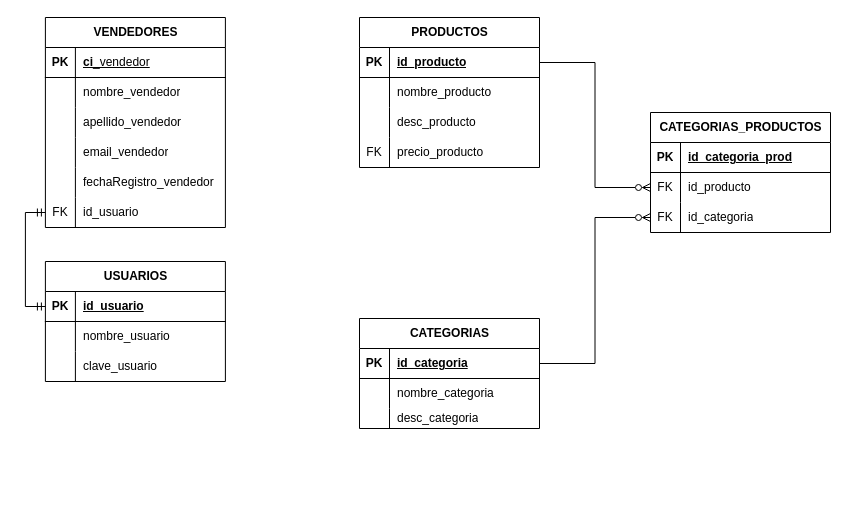
Above: page "Modelo Relacional" (1 of 4) of TEG.drawio in AlbanyNVRodriguez/draw---diagrams (draw.io), before the change. Source tidied: cells renumbered, new cells numbered last; positions are measured from the earlier drawing's top-left corner, leaving out a move shared by most shapes. Both pictures are drawn from the tidied source at 100%, with x=0, y=0 at pixel (45, 17).
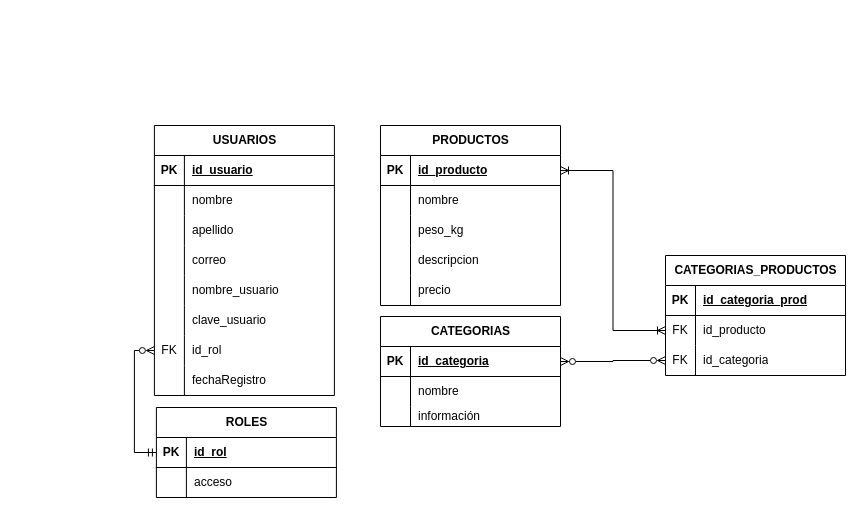
After the change.

Unchanged cells that the change refers to:
```xml
<mxCell id="3" style="shape=tableRow;horizontal=0;startSize=0;swimlaneHead=0;swimlaneBody=0;fillColor=none;points=[[0,0.5],[1,0.5]];portConstraint=eastwest;top=0;left=0;right=0;bottom=1;" parent="2" vertex="1">
  <mxGeometry y="30" width="180" height="30" as="geometry" />
</mxCell>
<mxCell id="6" style="shape=tableRow;horizontal=0;startSize=0;swimlaneHead=0;swimlaneBody=0;fillColor=none;top=0;left=0;right=0;bottom=0;" parent="2" vertex="1">
  <mxGeometry y="60" width="180" height="30" as="geometry" />
</mxCell>
<mxCell id="9" style="shape=tableRow;horizontal=0;startSize=0;swimlaneHead=0;swimlaneBody=0;fillColor=none;top=0;left=0;right=0;bottom=0;" parent="2" vertex="1">
  <mxGeometry y="90" width="180" height="20" as="geometry" />
</mxCell>
<mxCell id="13" style="shape=tableRow;horizontal=0;startSize=0;swimlaneHead=0;swimlaneBody=0;fillColor=none;points=[[0,0.5],[1,0.5]];portConstraint=eastwest;top=0;left=0;right=0;bottom=1;" parent="12" vertex="1">
  <mxGeometry y="30" width="180" height="30" as="geometry" />
</mxCell>
<mxCell id="16" style="shape=tableRow;horizontal=0;startSize=0;swimlaneHead=0;swimlaneBody=0;fillColor=none;top=0;left=0;right=0;bottom=0;" parent="12" vertex="1">
  <mxGeometry y="60" width="180" height="30" as="geometry" />
</mxCell>
<mxCell id="29" style="shape=tableRow;horizontal=0;startSize=0;swimlaneHead=0;swimlaneBody=0;fillColor=none;points=[[0,0.5],[1,0.5]];portConstraint=eastwest;top=0;left=0;right=0;bottom=0;" parent="25" vertex="1">
  <mxGeometry y="60" width="180" height="30" as="geometry" />
</mxCell>
<mxCell id="32" style="shape=tableRow;horizontal=0;startSize=0;swimlaneHead=0;swimlaneBody=0;fillColor=none;points=[[0,0.5],[1,0.5]];portConstraint=eastwest;top=0;left=0;right=0;bottom=0;" parent="25" vertex="1">
  <mxGeometry y="90" width="180" height="30" as="geometry" />
</mxCell>
<mxCell id="36" style="shape=tableRow;horizontal=0;startSize=0;swimlaneHead=0;swimlaneBody=0;fillColor=none;top=0;left=0;right=0;bottom=1;" parent="35" vertex="1">
  <mxGeometry y="30" width="180" height="30" as="geometry" />
</mxCell>
```

Change to the diagram source:
```diff
@@
     <mxCell id="2" value="CATEGORIAS" style="shape=table;startSize=30;childLayout=tableLayout;rowLines=0;fontStyle=1;align=center;html=1;" parent="1" vertex="1">
-      <mxGeometry x="314" y="301" width="180" height="110" as="geometry" />
+      <mxGeometry x="335" y="299" width="180" height="110" as="geometry" />
     </mxCell>
@@
-    <mxCell id="8" value="nombre_categoria" style="shape=partialRectangle;fillColor=none;top=0;left=0;bottom=0;right=0;align=left;spacingLeft=6;overflow=hidden;whiteSpace=wrap;html=1;" parent="6" vertex="1">
+    <mxCell id="8" value="nombre" style="shape=partialRectangle;fillColor=none;top=0;left=0;bottom=0;right=0;align=left;spacingLeft=6;overflow=hidden;whiteSpace=wrap;html=1;" parent="6" vertex="1">
       <mxGeometry x="30" width="150" height="30" as="geometry" />
     </mxCell>
@@
-    <mxCell id="11" value="desc_categoria" style="shape=partialRectangle;fillColor=none;top=0;left=0;bottom=0;right=0;align=left;spacingLeft=6;overflow=hidden;whiteSpace=wrap;html=1;" parent="9" vertex="1">
+    <mxCell id="11" value="información" style="shape=partialRectangle;fillColor=none;top=0;left=0;bottom=0;right=0;align=left;spacingLeft=6;overflow=hidden;whiteSpace=wrap;html=1;" parent="9" vertex="1">
       <mxGeometry x="30" width="150" height="20" as="geometry" />
     </mxCell>
     <mxCell id="12" value="PRODUCTOS" style="shape=table;startSize=30;childLayout=tableLayout;rowLines=0;fontStyle=1;align=center;html=1;" parent="1" vertex="1">
-      <mxGeometry x="314" width="180" height="150" as="geometry" />
+      <mxGeometry x="335" y="108" width="180" height="180" as="geometry" />
     </mxCell>
@@
-    <mxCell id="18" value="nombre_producto" style="shape=partialRectangle;fillColor=none;top=0;left=0;bottom=0;right=0;align=left;spacingLeft=6;overflow=hidden;whiteSpace=wrap;html=1;" parent="16" vertex="1">
+    <mxCell id="18" value="nombre" style="shape=partialRectangle;fillColor=none;top=0;left=0;bottom=0;right=0;align=left;spacingLeft=6;overflow=hidden;whiteSpace=wrap;html=1;" parent="16" vertex="1">
       <mxGeometry x="30" width="150" height="30" as="geometry" />
     </mxCell>
+    <mxCell id="67" style="shape=tableRow;horizontal=0;startSize=0;swimlaneHead=0;swimlaneBody=0;fillColor=none;top=0;left=0;right=0;bottom=0;" parent="12" vertex="1">
+      <mxGeometry y="90" width="180" height="30" as="geometry" />
+    </mxCell>
+    <mxCell id="68" style="shape=partialRectangle;fillColor=none;top=0;left=0;bottom=0;right=0;overflow=hidden;whiteSpace=wrap;html=1;" parent="67" vertex="1">
+      <mxGeometry width="30" height="30" as="geometry" />
+    </mxCell>
+    <mxCell id="69" value="peso_kg" style="shape=partialRectangle;fillColor=none;top=0;left=0;bottom=0;right=0;align=left;spacingLeft=6;overflow=hidden;whiteSpace=wrap;html=1;" parent="67" vertex="1">
+      <mxGeometry x="30" width="150" height="30" as="geometry" />
+    </mxCell>
     <mxCell id="19" style="shape=tableRow;horizontal=0;startSize=0;swimlaneHead=0;swimlaneBody=0;fillColor=none;top=0;left=0;right=0;bottom=0;" parent="12" vertex="1">
-      <mxGeometry y="90" width="180" height="30" as="geometry" />
+      <mxGeometry y="120" width="180" height="30" as="geometry" />
     </mxCell>
@@
-    <mxCell id="21" value="desc_producto" style="shape=partialRectangle;fillColor=none;top=0;left=0;bottom=0;right=0;align=left;spacingLeft=6;overflow=hidden;whiteSpace=wrap;html=1;" parent="19" vertex="1">
+    <mxCell id="21" value="descripcion" style="shape=partialRectangle;fillColor=none;top=0;left=0;bottom=0;right=0;align=left;spacingLeft=6;overflow=hidden;whiteSpace=wrap;html=1;" parent="19" vertex="1">
       <mxGeometry x="30" width="150" height="30" as="geometry" />
     </mxCell>
     <mxCell id="22" style="shape=tableRow;horizontal=0;startSize=0;swimlaneHead=0;swimlaneBody=0;fillColor=none;top=0;left=0;right=0;bottom=0;" parent="12" vertex="1">
-      <mxGeometry y="120" width="180" height="30" as="geometry" />
+      <mxGeometry y="150" width="180" height="30" as="geometry" />
     </mxCell>
-    <mxCell id="23" value="FK" style="shape=partialRectangle;fillColor=none;top=0;left=0;bottom=0;right=0;overflow=hidden;whiteSpace=wrap;html=1;" parent="22" vertex="1">
+    <mxCell id="23" style="shape=partialRectangle;fillColor=none;top=0;left=0;bottom=0;right=0;overflow=hidden;whiteSpace=wrap;html=1;" parent="22" vertex="1">
       <mxGeometry width="30" height="30" as="geometry" />
     </mxCell>
-    <mxCell id="24" value="precio_producto" style="shape=partialRectangle;fillColor=none;top=0;left=0;bottom=0;right=0;align=left;spacingLeft=6;overflow=hidden;whiteSpace=wrap;html=1;" parent="22" vertex="1">
+    <mxCell id="24" value="precio" style="shape=partialRectangle;fillColor=none;top=0;left=0;bottom=0;right=0;align=left;spacingLeft=6;overflow=hidden;whiteSpace=wrap;html=1;" parent="22" vertex="1">
       <mxGeometry x="30" width="150" height="30" as="geometry" />
     </mxCell>
     <mxCell id="25" value="CATEGORIAS_PRODUCTOS" style="shape=table;startSize=30;childLayout=tableLayout;rowLines=0;fontStyle=1;align=center;html=1;" parent="1" vertex="1">
-      <mxGeometry x="605" y="95" width="180" height="120" as="geometry" />
+      <mxGeometry x="620" y="238" width="180" height="120" as="geometry" />
     </mxCell>
@@
+    <mxCell id="54" value="ROLES" style="shape=table;startSize=30;childLayout=tableLayout;rowLines=0;fontStyle=1;align=center;html=1;" parent="1" vertex="1">
+      <mxGeometry x="110.9" y="390" width="180" height="90" as="geometry" />
+    </mxCell>
+    <mxCell id="55" style="shape=tableRow;horizontal=0;startSize=0;swimlaneHead=0;swimlaneBody=0;fillColor=none;points=[[0,0.5],[1,0.5]];portConstraint=eastwest;top=0;left=0;right=0;bottom=1;" parent="54" vertex="1">
+      <mxGeometry y="30" width="180" height="30" as="geometry" />
+    </mxCell>
+    <mxCell id="56" value="PK" style="shape=partialRectangle;fillColor=none;top=0;left=0;bottom=0;right=0;fontStyle=1;overflow=hidden;whiteSpace=wrap;html=1;" parent="55" vertex="1">
+      <mxGeometry width="30" height="30" as="geometry" />
+    </mxCell>
+    <mxCell id="57" value="id_rol" style="shape=partialRectangle;fillColor=none;top=0;left=0;bottom=0;right=0;align=left;spacingLeft=6;fontStyle=5;overflow=hidden;whiteSpace=wrap;html=1;" parent="55" vertex="1">
+      <mxGeometry x="30" width="150" height="30" as="geometry" />
+    </mxCell>
+    <mxCell id="58" style="shape=tableRow;horizontal=0;startSize=0;swimlaneHead=0;swimlaneBody=0;fillColor=none;top=0;left=0;right=0;bottom=0;" parent="54" vertex="1">
+      <mxGeometry y="60" width="180" height="30" as="geometry" />
+    </mxCell>
+    <mxCell id="59" style="shape=partialRectangle;fillColor=none;top=0;left=0;bottom=0;right=0;overflow=hidden;whiteSpace=wrap;html=1;" parent="58" vertex="1">
+      <mxGeometry width="30" height="30" as="geometry" />
+    </mxCell>
+    <mxCell id="60" value="acceso" style="shape=partialRectangle;fillColor=none;top=0;left=0;bottom=0;right=0;align=left;spacingLeft=6;overflow=hidden;whiteSpace=wrap;html=1;" parent="58" vertex="1">
+      <mxGeometry x="30" width="150" height="30" as="geometry" />
+    </mxCell>
+    <mxCell id="64" style="edgeStyle=orthogonalEdgeStyle;rounded=0;jettySize=auto;html=1;entryX=0;entryY=0.5;entryDx=0;entryDy=0;endArrow=ERzeroToMany;endFill=0;startArrow=ERzeroToMany;startFill=0;" parent="1" edge="1" source="3" target="32">
+      <mxGeometry relative="1" as="geometry" />
+    </mxCell>
+    <mxCell id="65" style="edgeStyle=orthogonalEdgeStyle;rounded=0;jettySize=auto;html=1;entryX=0;entryY=0.5;entryDx=0;entryDy=0;endArrow=ERoneToMany;endFill=0;startArrow=ERoneToMany;startFill=0;" parent="1" edge="1" source="13" target="29">
+      <mxGeometry relative="1" as="geometry" />
+    </mxCell>
+    <mxCell id="66" style="edgeStyle=orthogonalEdgeStyle;rounded=0;jettySize=auto;html=1;entryX=0;entryY=0.5;entryDx=0;entryDy=0;endArrow=ERmandOne;endFill=0;startArrow=ERmandOne;startFill=0;" parent="1" edge="1" source="55">
+      <mxGeometry relative="1" as="geometry" />
+    </mxCell>
-    <mxCell id="35" value="VENDEDORES" style="shape=table;startSize=30;childLayout=tableLayout;rowLines=0;fontStyle=1;align=center;html=1;" parent="1" vertex="1">
-      <mxGeometry x="-0.1" width="180" height="210" as="geometry" />
+    <mxCell id="35" value="USUARIOS" style="shape=table;startSize=30;childLayout=tableLayout;rowLines=0;fontStyle=1;align=center;html=1;" parent="1" vertex="1">
+      <mxGeometry x="108.9" y="108" width="180" height="270" as="geometry" />
     </mxCell>
@@
-    <mxCell id="38" value="ci&lt;span style=&quot;font-weight: 400;&quot;&gt;_vendedor&lt;/span&gt;" style="shape=partialRectangle;fillColor=none;top=0;left=0;bottom=0;right=0;align=left;spacingLeft=6;fontStyle=5;overflow=hidden;whiteSpace=wrap;html=1;" parent="36" vertex="1">
+    <mxCell id="38" value="id_usuario" style="shape=partialRectangle;fillColor=none;top=0;left=0;bottom=0;right=0;align=left;spacingLeft=6;fontStyle=5;overflow=hidden;whiteSpace=wrap;html=1;" parent="36" vertex="1">
       <mxGeometry x="30" width="150" height="30" as="geometry" />
     </mxCell>
+    <mxCell id="70" style="shape=tableRow;horizontal=0;startSize=0;swimlaneHead=0;swimlaneBody=0;fillColor=none;top=0;left=0;right=0;bottom=0;" parent="35" vertex="1">
+      <mxGeometry y="60" width="180" height="30" as="geometry" />
+    </mxCell>
+    <mxCell id="71" style="shape=partialRectangle;fillColor=none;top=0;left=0;bottom=0;right=0;overflow=hidden;whiteSpace=wrap;html=1;" parent="70" vertex="1">
+      <mxGeometry width="30" height="30" as="geometry" />
+    </mxCell>
+    <mxCell id="72" value="nombre" style="shape=partialRectangle;fillColor=none;top=0;left=0;bottom=0;right=0;align=left;spacingLeft=6;overflow=hidden;whiteSpace=wrap;html=1;" parent="70" vertex="1">
+      <mxGeometry x="30" width="150" height="30" as="geometry" />
+    </mxCell>
+    <mxCell id="73" style="shape=tableRow;horizontal=0;startSize=0;swimlaneHead=0;swimlaneBody=0;fillColor=none;top=0;left=0;right=0;bottom=0;" parent="35" vertex="1">
+      <mxGeometry y="90" width="180" height="30" as="geometry" />
+    </mxCell>
+    <mxCell id="74" style="shape=partialRectangle;fillColor=none;top=0;left=0;bottom=0;right=0;overflow=hidden;whiteSpace=wrap;html=1;" parent="73" vertex="1">
+      <mxGeometry width="30" height="30" as="geometry" />
+    </mxCell>
+    <mxCell id="75" value="apellido" style="shape=partialRectangle;fillColor=none;top=0;left=0;bottom=0;right=0;align=left;spacingLeft=6;overflow=hidden;whiteSpace=wrap;html=1;" parent="73" vertex="1">
+      <mxGeometry x="30" width="150" height="30" as="geometry" />
+    </mxCell>
+    <mxCell id="76" style="shape=tableRow;horizontal=0;startSize=0;swimlaneHead=0;swimlaneBody=0;fillColor=none;top=0;left=0;right=0;bottom=0;" parent="35" vertex="1">
+      <mxGeometry y="120" width="180" height="30" as="geometry" />
+    </mxCell>
+    <mxCell id="77" style="shape=partialRectangle;fillColor=none;top=0;left=0;bottom=0;right=0;overflow=hidden;whiteSpace=wrap;html=1;" parent="76" vertex="1">
+      <mxGeometry width="30" height="30" as="geometry" />
+    </mxCell>
+    <mxCell id="78" value="correo" style="shape=partialRectangle;fillColor=none;top=0;left=0;bottom=0;right=0;align=left;spacingLeft=6;overflow=hidden;whiteSpace=wrap;html=1;" parent="76" vertex="1">
+      <mxGeometry x="30" width="150" height="30" as="geometry" />
+    </mxCell>
     <mxCell id="39" style="shape=tableRow;horizontal=0;startSize=0;swimlaneHead=0;swimlaneBody=0;fillColor=none;top=0;left=0;right=0;bottom=0;" parent="35" vertex="1">
-      <mxGeometry y="60" width="180" height="30" as="geometry" />
+      <mxGeometry y="150" width="180" height="30" as="geometry" />
     </mxCell>
@@
-    <mxCell id="41" value="nombre_vendedor" style="shape=partialRectangle;fillColor=none;top=0;left=0;bottom=0;right=0;align=left;spacingLeft=6;overflow=hidden;whiteSpace=wrap;html=1;" parent="39" vertex="1">
+    <mxCell id="41" value="nombre_usuario" style="shape=partialRectangle;fillColor=none;top=0;left=0;bottom=0;right=0;align=left;spacingLeft=6;overflow=hidden;whiteSpace=wrap;html=1;" parent="39" vertex="1">
       <mxGeometry x="30" width="150" height="30" as="geometry" />
     </mxCell>
     <mxCell id="42" style="shape=tableRow;horizontal=0;startSize=0;swimlaneHead=0;swimlaneBody=0;fillColor=none;top=0;left=0;right=0;bottom=0;" parent="35" vertex="1">
-      <mxGeometry y="90" width="180" height="30" as="geometry" />
+      <mxGeometry y="180" width="180" height="30" as="geometry" />
     </mxCell>
@@
-    <mxCell id="44" value="apellido_vendedor" style="shape=partialRectangle;fillColor=none;top=0;left=0;bottom=0;right=0;align=left;spacingLeft=6;overflow=hidden;whiteSpace=wrap;html=1;" parent="42" vertex="1">
+    <mxCell id="44" value="clave_usuario" style="shape=partialRectangle;fillColor=none;top=0;left=0;bottom=0;right=0;align=left;spacingLeft=6;overflow=hidden;whiteSpace=wrap;html=1;" parent="42" vertex="1">
       <mxGeometry x="30" width="150" height="30" as="geometry" />
     </mxCell>
     <mxCell id="45" style="shape=tableRow;horizontal=0;startSize=0;swimlaneHead=0;swimlaneBody=0;fillColor=none;points=[[0,0.5],[1,0.5]];portConstraint=eastwest;top=0;left=0;right=0;bottom=0;" parent="35" vertex="1">
-      <mxGeometry y="120" width="180" height="30" as="geometry" />
+      <mxGeometry y="210" width="180" height="30" as="geometry" />
     </mxCell>
-    <mxCell id="46" style="shape=partialRectangle;fillColor=none;top=0;left=0;bottom=0;right=0;overflow=hidden;whiteSpace=wrap;html=1;" parent="45" vertex="1">
+    <mxCell id="46" value="FK" style="shape=partialRectangle;fillColor=none;top=0;left=0;bottom=0;right=0;overflow=hidden;whiteSpace=wrap;html=1;" parent="45" vertex="1">
       <mxGeometry width="30" height="30" as="geometry" />
     </mxCell>
-    <mxCell id="47" value="email_vendedor" style="shape=partialRectangle;fillColor=none;top=0;left=0;bottom=0;right=0;align=left;spacingLeft=6;overflow=hidden;whiteSpace=wrap;html=1;" parent="45" vertex="1">
+    <mxCell id="47" value="id_rol" style="shape=partialRectangle;fillColor=none;top=0;left=0;bottom=0;right=0;align=left;spacingLeft=6;overflow=hidden;whiteSpace=wrap;html=1;" parent="45" vertex="1">
       <mxGeometry x="30" width="150" height="30" as="geometry" />
     </mxCell>
     <mxCell id="48" style="shape=tableRow;horizontal=0;startSize=0;swimlaneHead=0;swimlaneBody=0;fillColor=none;top=0;left=0;right=0;bottom=0;" parent="35" vertex="1">
-      <mxGeometry y="150" width="180" height="30" as="geometry" />
+      <mxGeometry y="240" width="180" height="30" as="geometry" />
     </mxCell>
@@
-    <mxCell id="50" value="fechaRegistro_vendedor" style="shape=partialRectangle;fillColor=none;top=0;left=0;bottom=0;right=0;align=left;spacingLeft=6;overflow=hidden;whiteSpace=wrap;html=1;" parent="48" vertex="1">
+    <mxCell id="50" value="fechaRegistro" style="shape=partialRectangle;fillColor=none;top=0;left=0;bottom=0;right=0;align=left;spacingLeft=6;overflow=hidden;whiteSpace=wrap;html=1;" parent="48" vertex="1">
       <mxGeometry x="30" width="150" height="30" as="geometry" />
     </mxCell>
-    <mxCell id="51" style="shape=tableRow;horizontal=0;startSize=0;swimlaneHead=0;swimlaneBody=0;fillColor=none;points=[[0,0.5],[1,0.5]];portConstraint=eastwest;top=0;left=0;right=0;bottom=0;" parent="35" vertex="1">
-      <mxGeometry y="180" width="180" height="30" as="geometry" />
-    </mxCell>
-    <mxCell id="52" value="FK" style="shape=partialRectangle;fillColor=none;top=0;left=0;bottom=0;right=0;overflow=hidden;whiteSpace=wrap;html=1;" parent="51" vertex="1">
-      <mxGeometry width="30" height="30" as="geometry" />
-    </mxCell>
-    <mxCell id="53" value="id_usuario" style="shape=partialRectangle;fillColor=none;top=0;left=0;bottom=0;right=0;align=left;spacingLeft=6;overflow=hidden;whiteSpace=wrap;html=1;" parent="51" vertex="1">
-      <mxGeometry x="30" width="150" height="30" as="geometry" />
-    </mxCell>
-    <mxCell id="54" value="USUARIOS" style="shape=table;startSize=30;childLayout=tableLayout;rowLines=0;fontStyle=1;align=center;html=1;" parent="1" vertex="1">
-      <mxGeometry x="-0.1" y="244" width="180" height="120" as="geometry" />
-    </mxCell>
-    <mxCell id="55" style="shape=tableRow;horizontal=0;startSize=0;swimlaneHead=0;swimlaneBody=0;fillColor=none;points=[[0,0.5],[1,0.5]];portConstraint=eastwest;top=0;left=0;right=0;bottom=1;" parent="54" vertex="1">
-      <mxGeometry y="30" width="180" height="30" as="geometry" />
-    </mxCell>
-    <mxCell id="56" value="PK" style="shape=partialRectangle;fillColor=none;top=0;left=0;bottom=0;right=0;fontStyle=1;overflow=hidden;whiteSpace=wrap;html=1;" parent="55" vertex="1">
-      <mxGeometry width="30" height="30" as="geometry" />
-    </mxCell>
-    <mxCell id="57" value="id_usuario" style="shape=partialRectangle;fillColor=none;top=0;left=0;bottom=0;right=0;align=left;spacingLeft=6;fontStyle=5;overflow=hidden;whiteSpace=wrap;html=1;" parent="55" vertex="1">
-      <mxGeometry x="30" width="150" height="30" as="geometry" />
-    </mxCell>
-    <mxCell id="58" style="shape=tableRow;horizontal=0;startSize=0;swimlaneHead=0;swimlaneBody=0;fillColor=none;top=0;left=0;right=0;bottom=0;" parent="54" vertex="1">
-      <mxGeometry y="60" width="180" height="30" as="geometry" />
-    </mxCell>
-    <mxCell id="59" style="shape=partialRectangle;fillColor=none;top=0;left=0;bottom=0;right=0;overflow=hidden;whiteSpace=wrap;html=1;" parent="58" vertex="1">
-      <mxGeometry width="30" height="30" as="geometry" />
-    </mxCell>
-    <mxCell id="60" value="nombre_usuario" style="shape=partialRectangle;fillColor=none;top=0;left=0;bottom=0;right=0;align=left;spacingLeft=6;overflow=hidden;whiteSpace=wrap;html=1;" parent="58" vertex="1">
-      <mxGeometry x="30" width="150" height="30" as="geometry" />
-    </mxCell>
-    <mxCell id="61" style="shape=tableRow;horizontal=0;startSize=0;swimlaneHead=0;swimlaneBody=0;fillColor=none;top=0;left=0;right=0;bottom=0;" parent="54" vertex="1">
-      <mxGeometry y="90" width="180" height="30" as="geometry" />
-    </mxCell>
-    <mxCell id="62" style="shape=partialRectangle;fillColor=none;top=0;left=0;bottom=0;right=0;overflow=hidden;whiteSpace=wrap;html=1;" parent="61" vertex="1">
-      <mxGeometry width="30" height="30" as="geometry" />
-    </mxCell>
-    <mxCell id="63" value="clave_usuario" style="shape=partialRectangle;fillColor=none;top=0;left=0;bottom=0;right=0;align=left;spacingLeft=6;overflow=hidden;whiteSpace=wrap;html=1;" parent="61" vertex="1">
-      <mxGeometry x="30" width="150" height="30" as="geometry" />
-    </mxCell>
-    <mxCell id="64" style="edgeStyle=orthogonalEdgeStyle;rounded=0;jettySize=auto;html=1;entryX=0;entryY=0.5;entryDx=0;entryDy=0;endArrow=ERzeroToMany;endFill=0;" parent="1" edge="1" source="3" target="32">
-      <mxGeometry relative="1" as="geometry" />
-    </mxCell>
-    <mxCell id="65" style="edgeStyle=orthogonalEdgeStyle;rounded=0;jettySize=auto;html=1;entryX=0;entryY=0.5;entryDx=0;entryDy=0;endArrow=ERzeroToMany;endFill=0;" parent="1" edge="1" source="13" target="29">
-      <mxGeometry relative="1" as="geometry" />
-    </mxCell>
-    <mxCell id="66" style="edgeStyle=orthogonalEdgeStyle;rounded=0;jettySize=auto;html=1;entryX=0;entryY=0.5;entryDx=0;entryDy=0;endArrow=ERmandOne;endFill=0;startArrow=ERmandOne;startFill=0;" parent="1" edge="1" source="55" target="51">
-      <mxGeometry relative="1" as="geometry" />
-    </mxCell>
+    <mxCell id="79" style="edgeStyle=orthogonalEdgeStyle;rounded=0;jettySize=auto;html=1;entryX=0;entryY=0.5;entryDx=0;entryDy=0;startArrow=ERmandOne;startFill=0;endArrow=ERzeroToMany;endFill=0;" parent="1" edge="1" source="55" target="45">
+      <mxGeometry relative="1" as="geometry" />
+    </mxCell>
```
